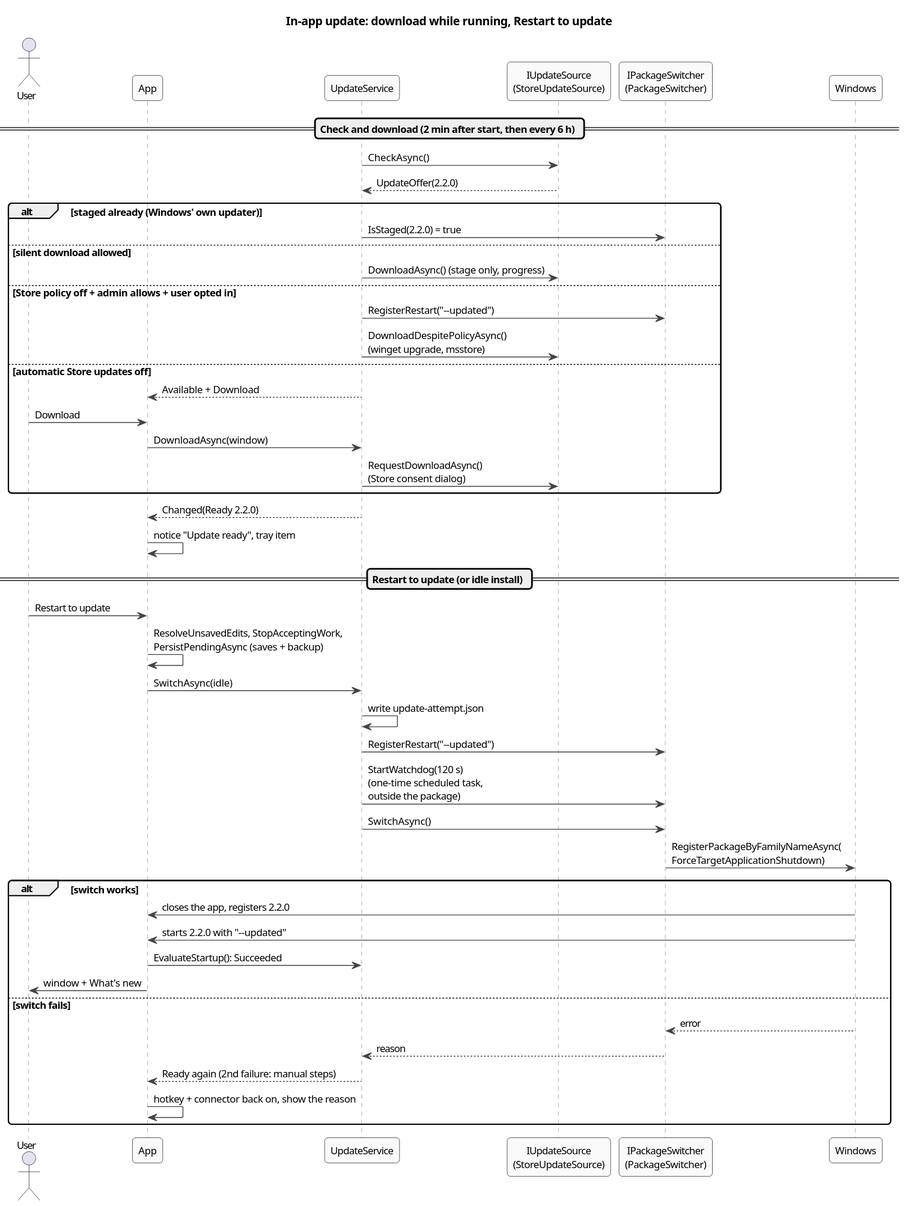
Before: docs/architecture/diagrams/seq-update.svg, a diagram exported from PlantUML (halatsWol/TextTemplateManager-v2). The source it was exported from:
```plantuml
@startuml
!include _style.iuml
title In-app update: download while running, Restart to update

actor User
participant App
participant UpdateService
participant "IUpdateSource\n(StoreUpdateSource)" as Source
participant "IPackageSwitcher\n(PackageSwitcher)" as Switcher
participant Windows as OS

== Check and download (2 min after start, then every 6 h) ==
UpdateService -> Source : CheckAsync()
Source --> UpdateService : UpdateOffer(2.2.0)
alt staged already (Windows' own updater)
  UpdateService -> Switcher : IsStaged(2.2.0) = true
else silent download allowed
  UpdateService -> Source : DownloadAsync() (stage only, progress)
else Store policy off + admin allows + user opted in
  UpdateService -> Switcher : RegisterRestart("--updated")
  UpdateService -> Source : DownloadDespitePolicyAsync()\n(winget upgrade, msstore)
else automatic Store updates off
  UpdateService --> App : Available + Download
  User -> App : Download
  App -> UpdateService : DownloadAsync(window)
  UpdateService -> Source : RequestDownloadAsync()\n(Store consent dialog)
end
UpdateService --> App : Changed(Ready 2.2.0)
App -> App : notice "Update ready", tray item

== Restart to update (or idle install) ==
User -> App : Restart to update
App -> App : ResolveUnsavedEdits, StopAcceptingWork,\nPersistPendingAsync (saves + backup)
App -> UpdateService : SwitchAsync(idle)
UpdateService -> UpdateService : write update-attempt.json
UpdateService -> Switcher : RegisterRestart("--updated")
UpdateService -> Switcher : StartWatchdog(120 s)\n(one-time scheduled task,\noutside the package)
UpdateService -> Switcher : SwitchAsync()
Switcher -> OS : RegisterPackageByFamilyNameAsync(\nForceTargetApplicationShutdown)
alt switch works
  OS -> App : closes the app, registers 2.2.0
  OS -> App : starts 2.2.0 with "--updated"
  App -> UpdateService : EvaluateStartup(): Succeeded
  App -> User : window + What's new
else switch fails
  OS --> Switcher : error
  Switcher --> UpdateService : reason
  UpdateService --> App : Ready again (2nd failure: manual steps)
  App -> App : hotkey + connector back on, show the reason
end
@enduml
```
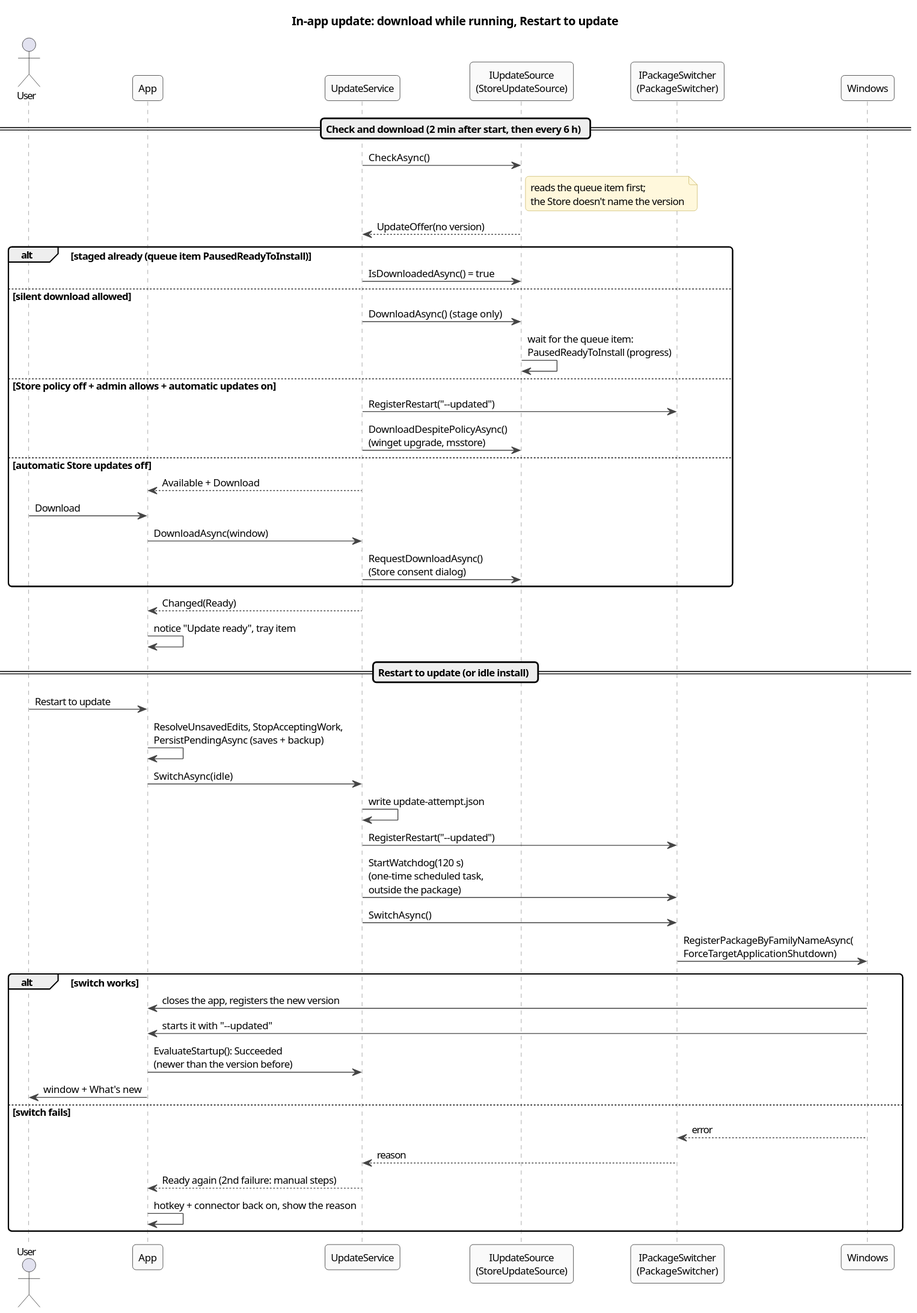
After the change.

What changed in the source:
```diff
@@ -11,12 +11,14 @@
 
 == Check and download (2 min after start, then every 6 h) ==
 UpdateService -> Source : CheckAsync()
-Source --> UpdateService : UpdateOffer(2.2.0)
-alt staged already (Windows' own updater)
-  UpdateService -> Switcher : IsStaged(2.2.0) = true
+note right of Source : reads the queue item first;\nthe Store doesn't name the version
+Source --> UpdateService : UpdateOffer(no version)
+alt staged already (queue item PausedReadyToInstall)
+  UpdateService -> Source : IsDownloadedAsync() = true
 else silent download allowed
-  UpdateService -> Source : DownloadAsync() (stage only, progress)
-else Store policy off + admin allows + user opted in
+  UpdateService -> Source : DownloadAsync() (stage only)
+  Source -> Source : wait for the queue item:\nPausedReadyToInstall (progress)
+else Store policy off + admin allows + automatic updates on
   UpdateService -> Switcher : RegisterRestart("--updated")
   UpdateService -> Source : DownloadDespitePolicyAsync()\n(winget upgrade, msstore)
 else automatic Store updates off
@@ -25,7 +27,7 @@
   App -> UpdateService : DownloadAsync(window)
   UpdateService -> Source : RequestDownloadAsync()\n(Store consent dialog)
 end
-UpdateService --> App : Changed(Ready 2.2.0)
+UpdateService --> App : Changed(Ready)
 App -> App : notice "Update ready", tray item
 
 == Restart to update (or idle install) ==
@@ -38,9 +40,9 @@
 UpdateService -> Switcher : SwitchAsync()
 Switcher -> OS : RegisterPackageByFamilyNameAsync(\nForceTargetApplicationShutdown)
 alt switch works
-  OS -> App : closes the app, registers 2.2.0
-  OS -> App : starts 2.2.0 with "--updated"
-  App -> UpdateService : EvaluateStartup(): Succeeded
+  OS -> App : closes the app, registers the new version
+  OS -> App : starts it with "--updated"
+  App -> UpdateService : EvaluateStartup(): Succeeded\n(newer than the version before)
   App -> User : window + What's new
 else switch fails
   OS --> Switcher : error
```
